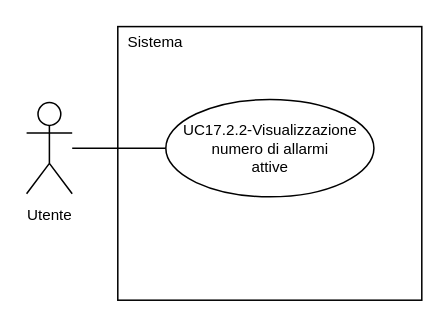
Earlier version of the draw.io diagram 2-RTB/Documenti_esterni/Analisi_dei_requisiti/draw.io/UC17.2.2.drawio (SnakeByteTeam/snakebyteteam.github.io). Source tidied: cells renumbered, new cells numbered last; positions are measured from the earlier drawing's top-left corner, leaving out a move shared by most shapes. Both pictures are drawn from the tidied source at 152%, with x=0, y=0 at pixel (26, 26).
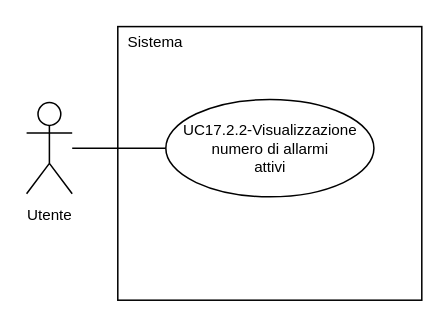
The same page after the edit.

Change to the diagram source:
```diff
@@
 <mxGraphModel>
   <root>
     <mxCell id="0" />
     <mxCell id="1" parent="0" />
     <mxCell id="2" value="&lt;font style=&quot;font-size: 10px; line-height: 100%;&quot;&gt;Utente&lt;/font&gt;" style="shape=umlActor;verticalLabelPosition=bottom;verticalAlign=top;html=1;outlineConnect=0;" parent="1" vertex="1">
       <mxGeometry y="50" width="30" height="60" as="geometry" />
     </mxCell>
     <mxCell id="3" style="rounded=0;whiteSpace=wrap;html=1;" parent="1" vertex="1">
       <mxGeometry x="60" width="200" height="180" as="geometry" />
     </mxCell>
     <mxCell id="4" style="edgeStyle=orthogonalEdgeStyle;rounded=0;jettySize=auto;html=1;exitX=0;exitY=0.5;exitDx=0;exitDy=0;endArrow=none;endFill=0;" parent="1" edge="1" source="5" target="2">
       <mxGeometry relative="1" as="geometry" />
     </mxCell>
-    <mxCell id="5" value="&lt;div style=&quot;line-height: 100%;&quot;&gt;&lt;font style=&quot;line-height: 100%; font-size: 10px;&quot;&gt;UC17.2.2-Visualizzazione&lt;/font&gt;&lt;/div&gt;&lt;div style=&quot;line-height: 100%;&quot;&gt;&lt;font style=&quot;line-height: 100%; font-size: 10px;&quot;&gt;numero di allarmi&lt;/font&gt;&lt;/div&gt;&lt;div style=&quot;line-height: 100%;&quot;&gt;&lt;span style=&quot;font-size: 10px;&quot;&gt;attive&lt;/span&gt;&lt;/div&gt;" style="ellipse;whiteSpace=wrap;html=1;" parent="1" vertex="1">
+    <mxCell id="5" value="&lt;div style=&quot;line-height: 100%;&quot;&gt;&lt;font style=&quot;line-height: 100%; font-size: 10px;&quot;&gt;UC17.2.2-Visualizzazione&lt;/font&gt;&lt;/div&gt;&lt;div style=&quot;line-height: 100%;&quot;&gt;&lt;font style=&quot;line-height: 100%; font-size: 10px;&quot;&gt;numero di allarmi&lt;/font&gt;&lt;/div&gt;&lt;div style=&quot;line-height: 100%;&quot;&gt;&lt;span style=&quot;font-size: 10px;&quot;&gt;attivi&lt;/span&gt;&lt;/div&gt;" style="ellipse;whiteSpace=wrap;html=1;" parent="1" vertex="1">
       <mxGeometry x="91.6" y="48" width="136.9" height="64" as="geometry" />
     </mxCell>
     <mxCell id="6" value="&lt;font style=&quot;font-size: 10px;&quot;&gt;Sistema&lt;/font&gt;" style="text;html=1;whiteSpace=wrap;strokeColor=none;fillColor=none;align=center;verticalAlign=middle;rounded=0;" parent="1" vertex="1">
       <mxGeometry x="60" width="50" height="20" as="geometry" />
     </mxCell>
   </root>
 </mxGraphModel>
```
